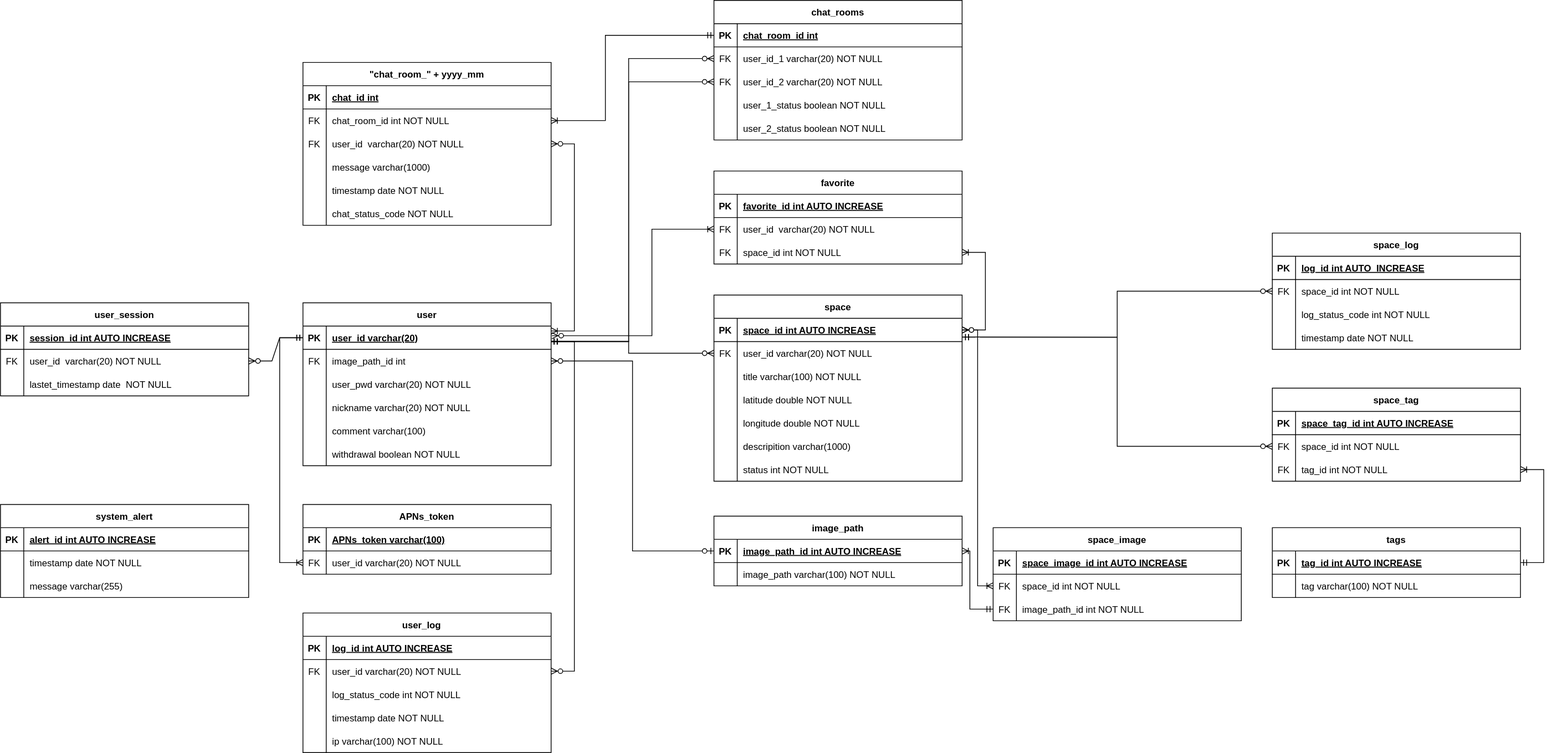
Above: 설계다이어그램/database.svg in shlim0/2022_capstone1 (draw.io), before the change. Source tidied: cells renumbered, new cells last; positions are measured from the earlier drawing's top-left corner, leaving out a move shared by most shapes.
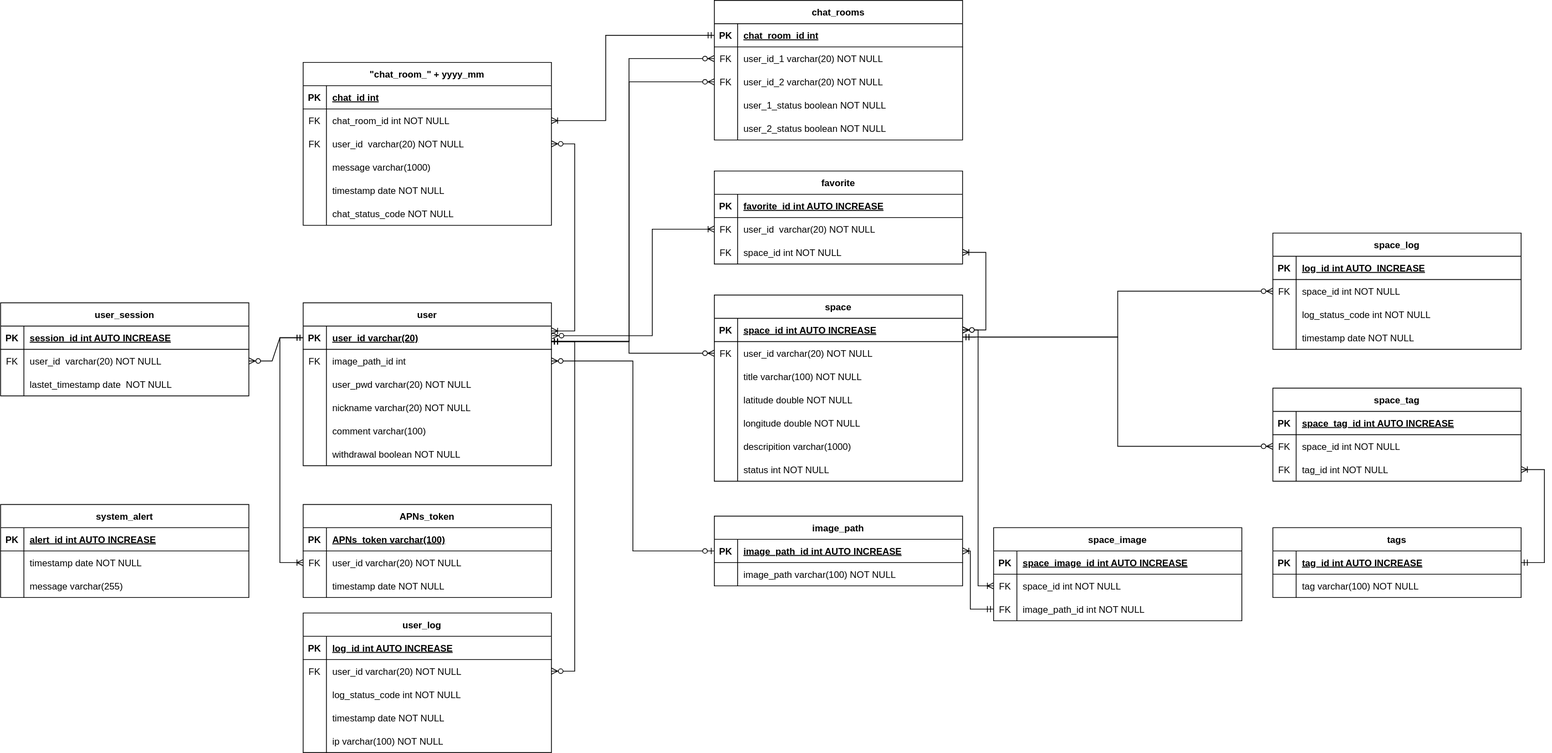
Later version of the same file.

What changed in the source:
```diff
@@ -93,7 +93,7 @@
       <mxGeometry relative="1" as="geometry" />
     </mxCell>
     <mxCell id="32" value="APNs_token" style="shape=table;startSize=30;rowLines=0;fontStyle=1;align=center;" parent="1" vertex="1">
-      <mxGeometry x="390" y="650" width="320" height="90" as="geometry" />
+      <mxGeometry x="390" y="650" width="320" height="120" as="geometry" />
     </mxCell>
     <mxCell id="33" style="shape=tableRow;horizontal=0;startSize=0;swimlaneHead=0;swimlaneBody=0;fillColor=none;top=0;left=0;right=0;bottom=1;" parent="32" vertex="1">
       <mxGeometry y="30" width="320" height="30" as="geometry" />
@@ -113,6 +113,15 @@
     <mxCell id="38" value="user_id varchar(20) NOT NULL" style="shape=partialRectangle;fillColor=none;top=0;left=0;bottom=0;right=0;align=left;spacingLeft=6;overflow=hidden;" parent="36" vertex="1">
       <mxGeometry x="30" width="290" height="30" as="geometry" />
     </mxCell>
+    <mxCell id="194" style="shape=tableRow;horizontal=0;startSize=0;swimlaneHead=0;swimlaneBody=0;fillColor=none;top=0;left=0;right=0;bottom=0;" parent="32" vertex="1">
+      <mxGeometry y="90" width="320" height="30" as="geometry" />
+    </mxCell>
+    <mxCell id="195" style="shape=partialRectangle;fillColor=none;top=0;left=0;bottom=0;right=0;overflow=hidden;" parent="194" vertex="1">
+      <mxGeometry width="30" height="30" as="geometry" />
+    </mxCell>
+    <mxCell id="196" value="timestamp date NOT NULL" style="shape=partialRectangle;fillColor=none;top=0;left=0;bottom=0;right=0;align=left;spacingLeft=6;overflow=hidden;" parent="194" vertex="1">
+      <mxGeometry x="30" width="290" height="30" as="geometry" />
+    </mxCell>
     <mxCell id="39" value="user_log    " style="shape=table;startSize=30;rowLines=0;fontStyle=1;align=center;" parent="1" vertex="1">
       <mxGeometry x="390" y="790" width="320" height="180" as="geometry" />
     </mxCell>
```
